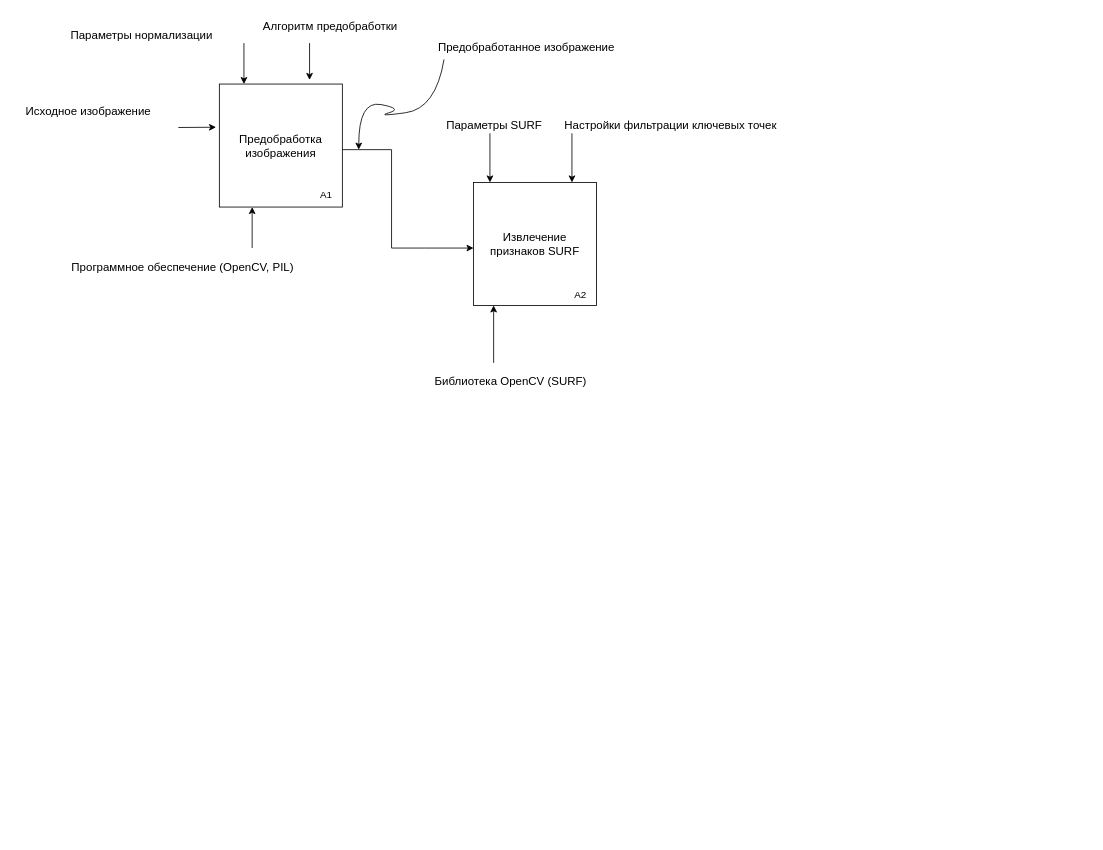
Ali1996408/-1 keeps this draw.io diagram as Untitled Diagram.drawio. Above is the earlier version. Source tidied: cells renumbered, new cells numbered last; positions are measured from the earlier drawing's top-left corner, leaving out a move shared by most shapes. Both pictures are drawn from the tidied source at 82%, with x=0, y=0 at pixel (14, 14).
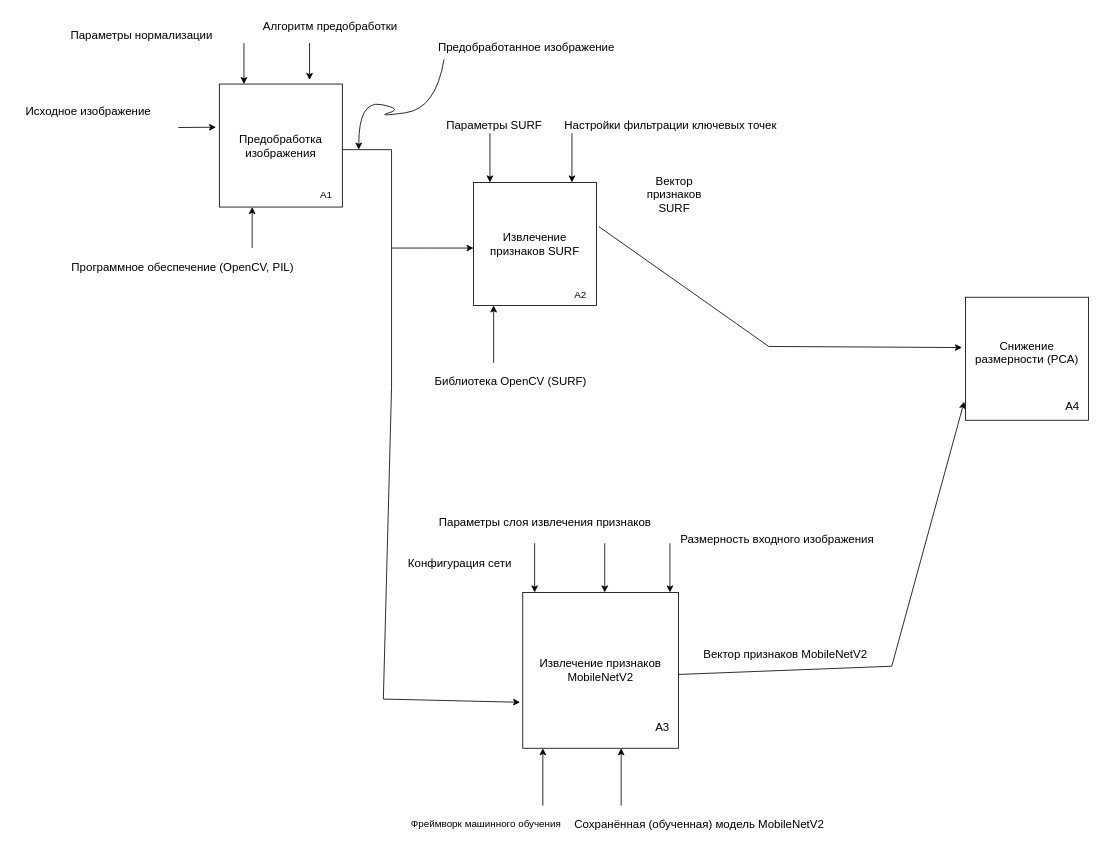
Above is the later version.

The change refers to these unchanged cells:
```xml
<mxCell id="11" value="&lt;font style=&quot;font-size: 14px;&quot;&gt;Извлечение признаков SURF&lt;/font&gt;" style="whiteSpace=wrap;html=1;" parent="1" vertex="1">
  <mxGeometry x="560" y="205" width="150" height="150" as="geometry" />
</mxCell>
```

The edit, as a diff of the source:
```diff
@@
+    <mxCell id="23" value="&lt;font style=&quot;font-size: 14px;&quot;&gt;Извлечение признаков MobileNetV2&lt;/font&gt;" style="whiteSpace=wrap;html=1;" parent="1" vertex="1">
+      <mxGeometry x="620" y="705" width="190" height="190" as="geometry" />
+    </mxCell>
+    <mxCell id="24" style="endArrow=classic;html=1;rounded=0;entryX=-0.017;entryY=0.705;entryDx=0;entryDy=0;entryPerimeter=0;" parent="1" edge="1" target="23">
+      <mxGeometry relative="1" as="geometry">
+        <mxPoint x="460" y="285" as="sourcePoint" />
+        <Array as="points">
+          <mxPoint x="460" y="455" />
+          <mxPoint x="450" y="835" />
+        </Array>
+      </mxGeometry>
+    </mxCell>
+    <mxCell id="25" value="&lt;font style=&quot;font-size: 14px;&quot;&gt;A3&lt;/font&gt;" style="text;html=1;align=center;verticalAlign=middle;strokeColor=none;fillColor=none;" parent="1" vertex="1">
+      <mxGeometry x="770" y="855" width="40" height="30" as="geometry" />
+    </mxCell>
+    <mxCell id="26" style="endArrow=classic;html=1;rounded=0;" parent="1" edge="1">
+      <mxGeometry relative="1" as="geometry">
+        <mxPoint x="634.5" y="645" as="sourcePoint" />
+        <mxPoint x="634.5" y="705" as="targetPoint" />
+      </mxGeometry>
+    </mxCell>
+    <mxCell id="27" style="endArrow=classic;html=1;rounded=0;" parent="1" edge="1">
+      <mxGeometry relative="1" as="geometry">
+        <mxPoint x="720" y="645" as="sourcePoint" />
+        <mxPoint x="720" y="705" as="targetPoint" />
+      </mxGeometry>
+    </mxCell>
+    <mxCell id="28" style="endArrow=classic;html=1;rounded=0;" parent="1" edge="1">
+      <mxGeometry relative="1" as="geometry">
+        <mxPoint x="799.5" y="645" as="sourcePoint" />
+        <mxPoint x="799.5" y="705" as="targetPoint" />
+      </mxGeometry>
+    </mxCell>
+    <mxCell id="29" value="&lt;font style=&quot;font-size: 14px;&quot;&gt;Конфигурация сети&amp;nbsp;&lt;/font&gt;" style="text;html=1;align=center;verticalAlign=middle;strokeColor=none;fillColor=none;" parent="1" vertex="1">
+      <mxGeometry x="470" y="655" width="150" height="30" as="geometry" />
+    </mxCell>
+    <mxCell id="30" value="&lt;font style=&quot;font-size: 14px;&quot;&gt;&amp;nbsp;Параметры слоя извлечения признаков&lt;/font&gt;" style="text;html=1;align=center;verticalAlign=middle;strokeColor=none;fillColor=none;" parent="1" vertex="1">
+      <mxGeometry x="500" y="605" width="290" height="30" as="geometry" />
+    </mxCell>
+    <mxCell id="31" value="&lt;font style=&quot;font-size: 14px;&quot;&gt;Размерность входного изображения&lt;/font&gt;" style="text;html=1;align=center;verticalAlign=middle;strokeColor=none;fillColor=none;" parent="1" vertex="1">
+      <mxGeometry x="800" y="625" width="260" height="30" as="geometry" />
+    </mxCell>
+    <mxCell id="32" style="endArrow=classic;html=1;rounded=0;" parent="1" edge="1">
+      <mxGeometry relative="1" as="geometry">
+        <mxPoint x="644.5" y="965" as="sourcePoint" />
+        <mxPoint x="644.5" y="895" as="targetPoint" />
+      </mxGeometry>
+    </mxCell>
+    <mxCell id="33" style="endArrow=classic;html=1;rounded=0;" parent="1" edge="1">
+      <mxGeometry relative="1" as="geometry">
+        <mxPoint x="740" y="965" as="sourcePoint" />
+        <mxPoint x="740" y="895" as="targetPoint" />
+      </mxGeometry>
+    </mxCell>
+    <mxCell id="34" value="Фреймворк машинного обучения" style="text;html=1;align=center;verticalAlign=middle;strokeColor=none;fillColor=none;" parent="1" vertex="1">
+      <mxGeometry x="470" y="973" width="210" height="30" as="geometry" />
+    </mxCell>
+    <mxCell id="35" value="&lt;font style=&quot;font-size: 14px;&quot;&gt;Сохранённая (обученная) модель MobileNetV2&lt;/font&gt;" style="text;html=1;align=center;verticalAlign=middle;strokeColor=none;fillColor=none;" parent="1" vertex="1">
+      <mxGeometry x="670" y="973" width="330" height="30" as="geometry" />
+    </mxCell>
+    <mxCell id="36" style="endArrow=classic;html=1;rounded=0;entryX=-0.011;entryY=0.849;entryDx=0;entryDy=0;entryPerimeter=0;" parent="1" edge="1" target="40">
+      <mxGeometry relative="1" as="geometry">
+        <mxPoint x="810" y="805" as="sourcePoint" />
+        <Array as="points">
+          <mxPoint x="1070" y="795" />
+        </Array>
+      </mxGeometry>
+    </mxCell>
+    <mxCell id="37" style="endArrow=classic;html=1;rounded=0;exitX=1.02;exitY=0.36;exitDx=0;exitDy=0;exitPerimeter=0;entryX=-0.029;entryY=0.409;entryDx=0;entryDy=0;entryPerimeter=0;" parent="1" edge="1" source="11" target="40">
+      <mxGeometry relative="1" as="geometry">
+        <Array as="points">
+          <mxPoint x="920" y="405" />
+        </Array>
+      </mxGeometry>
+    </mxCell>
+    <mxCell id="38" value="&lt;font style=&quot;font-size: 14px;&quot;&gt;Вектор признаков SURF&lt;/font&gt;" style="text;html=1;align=center;verticalAlign=middle;whiteSpace=wrap;rounded=0;" parent="1" vertex="1">
+      <mxGeometry x="755" y="205" width="100" height="30" as="geometry" />
+    </mxCell>
+    <mxCell id="39" value="&lt;font style=&quot;font-size: 14px;&quot;&gt;Вектор признаков MobileNetV2&lt;/font&gt;" style="text;html=1;align=center;verticalAlign=middle;strokeColor=none;fillColor=none;" parent="1" vertex="1">
+      <mxGeometry x="830" y="765" width="220" height="30" as="geometry" />
+    </mxCell>
+    <mxCell id="40" value="&lt;font style=&quot;font-size: 14px;&quot;&gt;Снижение размерности&lt;/font&gt;&lt;span style=&quot;background-color: transparent; font-size: 14px;&quot;&gt;&amp;nbsp;(PCA)&lt;/span&gt;&lt;div&gt;&lt;span style=&quot;background-color: transparent; color: light-dark(rgb(0, 0, 0), rgb(255, 255, 255));&quot;&gt;&lt;br&gt;&lt;/span&gt;&lt;/div&gt;" style="whiteSpace=wrap;html=1;" parent="1" vertex="1">
+      <mxGeometry x="1160" y="345" width="150" height="150" as="geometry" />
+    </mxCell>
+    <mxCell id="41" value="&lt;font style=&quot;font-size: 14px;&quot;&gt;A4&lt;/font&gt;" style="text;html=1;align=center;verticalAlign=middle;strokeColor=none;fillColor=none;" parent="1" vertex="1">
+      <mxGeometry x="1270" y="463" width="40" height="30" as="geometry" />
+    </mxCell>
```
